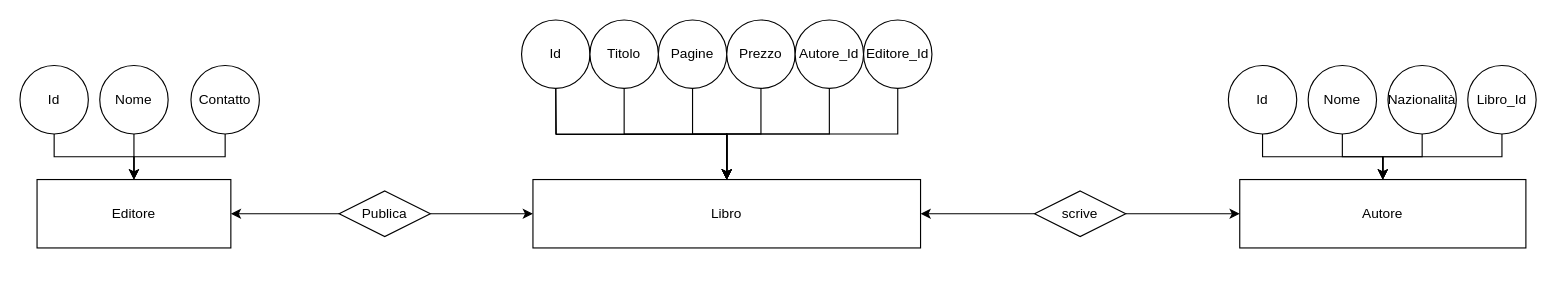
Earlier version of the draw.io diagram Biblioteca/BibbliotecaMarco.drawio (lucgalIET/Esercitazione2B). Source tidied: cells renumbered, new cells numbered last; positions are measured from the earlier drawing's top-left corner, leaving out a move shared by most shapes. Both pictures are drawn from the tidied source at 114%, with x=0, y=0 at pixel (19, 19).
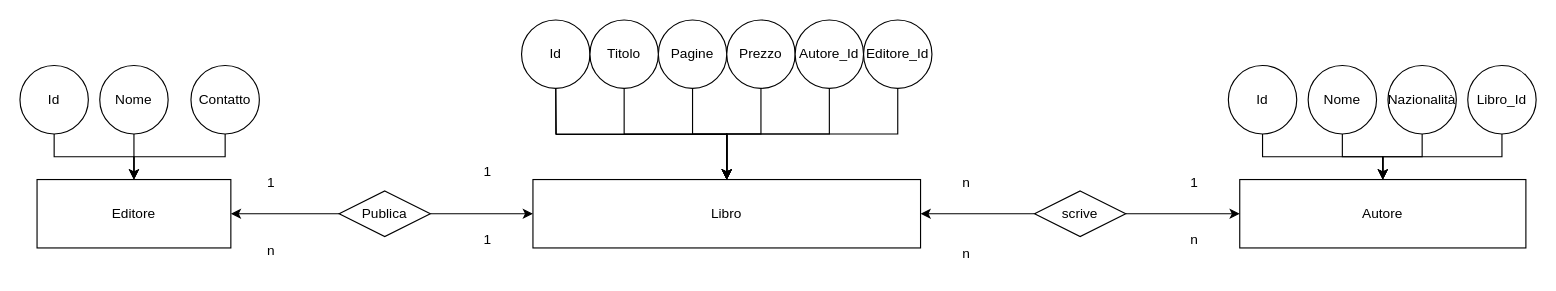
The same diagram, later.

Commit message:
Bibblioteca grafico finito

What changed in the source:
```diff
@@
+    <mxCell id="38" value="1&lt;br&gt;" style="text;html=1;align=center;verticalAlign=middle;strokeColor=none;fillColor=none;" parent="1" vertex="1">
+      <mxGeometry x="1015" y="128" width="30" height="30" as="geometry" />
+    </mxCell>
+    <mxCell id="39" value="n&lt;br&gt;" style="text;html=1;align=center;verticalAlign=middle;strokeColor=none;fillColor=none;" parent="1" vertex="1">
+      <mxGeometry x="1015" y="178" width="30" height="30" as="geometry" />
+    </mxCell>
+    <mxCell id="40" value="n&lt;br&gt;" style="text;html=1;align=center;verticalAlign=middle;strokeColor=none;fillColor=none;" parent="1" vertex="1">
+      <mxGeometry x="815" y="128" width="30" height="30" as="geometry" />
+    </mxCell>
+    <mxCell id="41" value="n&lt;br&gt;" style="text;html=1;align=center;verticalAlign=middle;strokeColor=none;fillColor=none;" parent="1" vertex="1">
+      <mxGeometry x="815" y="190" width="30" height="30" as="geometry" />
+    </mxCell>
+    <mxCell id="42" value="1" style="text;html=1;align=center;verticalAlign=middle;strokeColor=none;fillColor=none;" parent="1" vertex="1">
+      <mxGeometry x="205" y="128" width="30" height="30" as="geometry" />
+    </mxCell>
+    <mxCell id="43" value="n" style="text;html=1;align=center;verticalAlign=middle;strokeColor=none;fillColor=none;" parent="1" vertex="1">
+      <mxGeometry x="205" y="188" width="30" height="30" as="geometry" />
+    </mxCell>
+    <mxCell id="44" value="1" style="text;html=1;align=center;verticalAlign=middle;strokeColor=none;fillColor=none;" parent="1" vertex="1">
+      <mxGeometry x="395" y="118" width="30" height="30" as="geometry" />
+    </mxCell>
+    <mxCell id="45" value="1" style="text;html=1;align=center;verticalAlign=middle;strokeColor=none;fillColor=none;" parent="1" vertex="1">
+      <mxGeometry x="395" y="178" width="30" height="30" as="geometry" />
+    </mxCell>
```
